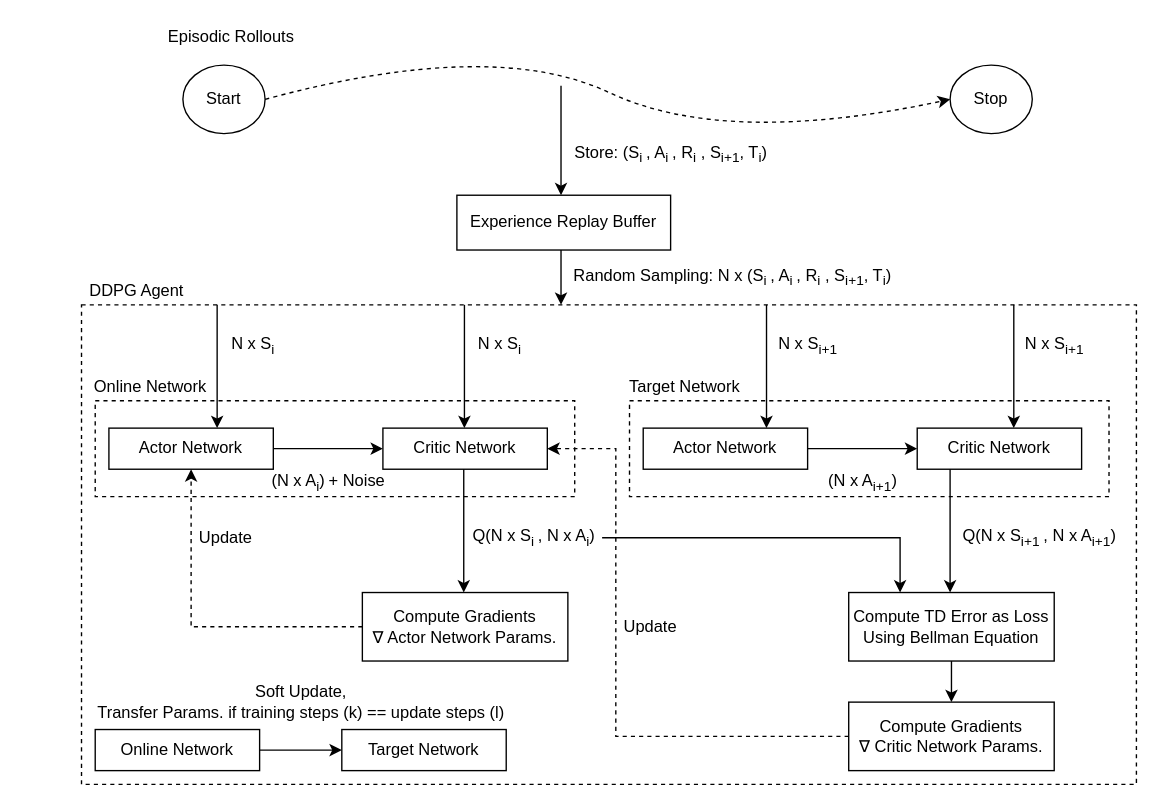
This is presentation/drawio/DDPG Agent.drawio from KanishkNavale/AI-for-Robot-Tasks, a draw.io file, before an edit. Source tidied: cells renumbered, new cells numbered last; positions are measured from the earlier drawing's top-left corner, leaving out a move shared by most shapes. Both pictures are drawn from the tidied source at 137%, with x=0, y=0 at pixel (81, 23).
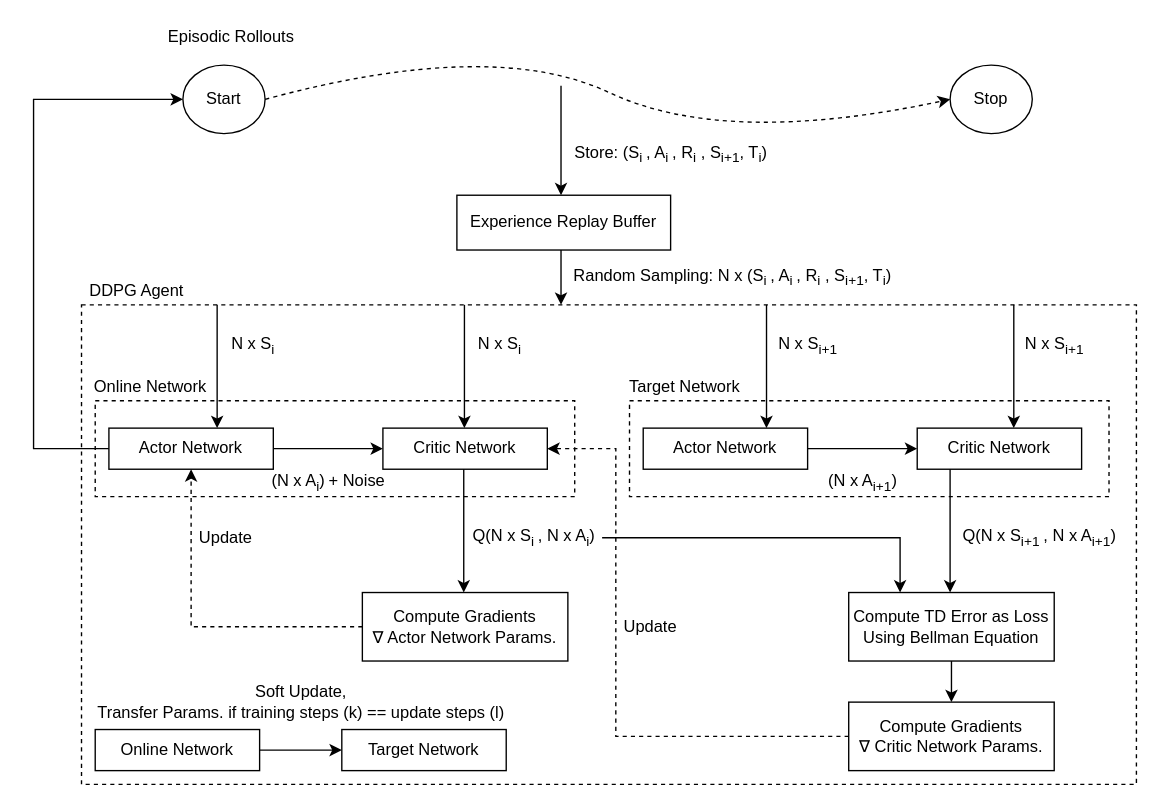
The same page after the edit.

Unchanged cells that the change refers to:
```xml
<mxCell id="5" value="Start" style="ellipse;whiteSpace=wrap;html=1;" parent="1" vertex="1">
  <mxGeometry x="74" y="30" width="60" height="50" as="geometry" />
</mxCell>
<mxCell id="14" value="Actor Network" style="rounded=0;whiteSpace=wrap;html=1;" parent="1" vertex="1">
  <mxGeometry x="20" y="295" width="120" height="30" as="geometry" />
</mxCell>
```

Diff of the diagram source:
```diff
@@
+    <mxCell id="50" style="edgeStyle=orthogonalEdgeStyle;rounded=0;jettySize=auto;html=1;entryX=0;entryY=0.5;entryDx=0;entryDy=0;" parent="1" edge="1" source="14" target="5">
+      <mxGeometry relative="1" as="geometry">
+        <Array as="points">
+          <mxPoint x="-35" y="310" />
+          <mxPoint x="-35" y="55" />
+        </Array>
+      </mxGeometry>
+    </mxCell>
```
